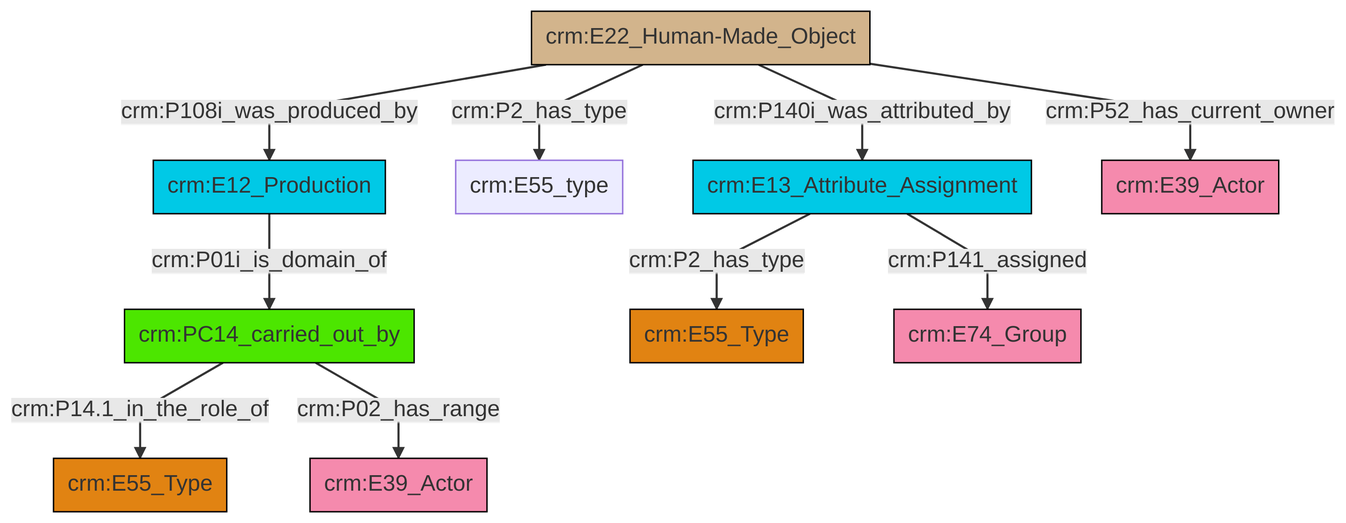
Above: et/builtWorkCSV/ttl/mmd/png/Built_Work_actor_relations.png in swiss-art-research-net/reference-data-models (Mermaid), before the change. Its source is kept beside it as et/builtWorkCSV/ttl/mmd/Built_Work_actor_relations.ttl.mmd.
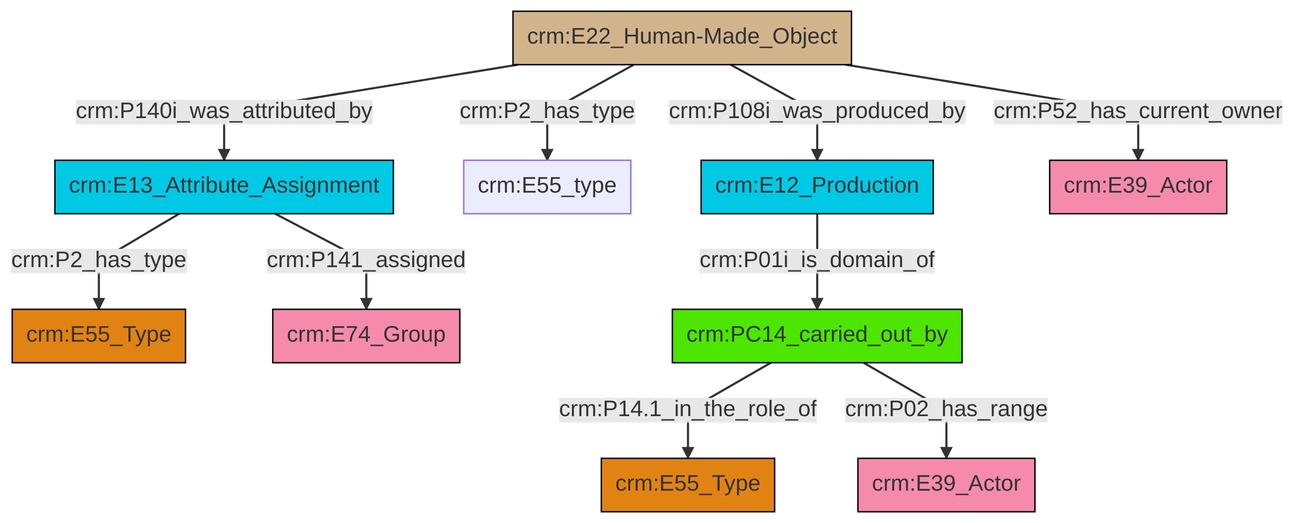
The same file after the commit.

Change to the diagram source:
```diff
@@ -13,12 +13,12 @@
 classDef PC_Classes fill:#4ce600, stroke:#000000;
 classDef Multi fill:#cccccc,stroke:#000000;
 
-0["crm:PC14_carried_out_by"]:::PC_Classes -->|crm:P14.1_in_the_role_of| 1["crm:E55_Type"]:::Type
-2["crm:E13_Attribute_Assignment"]:::Temporal_Entity -->|crm:P2_has_type| 3["crm:E55_Type"]:::Type
-2["crm:E13_Attribute_Assignment"]:::Temporal_Entity -->|crm:P141_assigned| 7["crm:E74_Group"]:::Actor
-8["crm:E22_Human-Made_Object"]:::Physical_Thing -->|crm:P108i_was_produced_by| 9["crm:E12_Production"]:::Temporal_Entity
-8["crm:E22_Human-Made_Object"]:::Physical_Thing -->|crm:P140i_was_attributed_by| 2["crm:E13_Attribute_Assignment"]:::Temporal_Entity
-8["crm:E22_Human-Made_Object"]:::Physical_Thing -->|crm:P52_has_current_owner| 16["crm:E39_Actor"]:::Actor
-8["crm:E22_Human-Made_Object"]:::Physical_Thing -->|crm:P2_has_type| 5["crm:E55_type"]:::Default
-9["crm:E12_Production"]:::Temporal_Entity -->|crm:P01i_is_domain_of| 0["crm:PC14_carried_out_by"]:::PC_Classes
-0["crm:PC14_carried_out_by"]:::PC_Classes -->|crm:P02_has_range| 11["crm:E39_Actor"]:::Actor
+0["crm:E22_Human-Made_Object"]:::Physical_Thing -->|crm:P140i_was_attributed_by| 1["crm:E13_Attribute_Assignment"]:::Temporal_Entity
+1["crm:E13_Attribute_Assignment"]:::Temporal_Entity -->|crm:P141_assigned| 11["crm:E74_Group"]:::Actor
+0["crm:E22_Human-Made_Object"]:::Physical_Thing -->|crm:P108i_was_produced_by| 7["crm:E12_Production"]:::Temporal_Entity
+7["crm:E12_Production"]:::Temporal_Entity -->|crm:P01i_is_domain_of| 13["crm:PC14_carried_out_by"]:::PC_Classes
+0["crm:E22_Human-Made_Object"]:::Physical_Thing -->|crm:P52_has_current_owner| 18["crm:E39_Actor"]:::Actor
+0["crm:E22_Human-Made_Object"]:::Physical_Thing -->|crm:P2_has_type| 3["crm:E55_type"]:::Default
+13["crm:PC14_carried_out_by"]:::PC_Classes -->|crm:P14.1_in_the_role_of| 9["crm:E55_Type"]:::Type
+1["crm:E13_Attribute_Assignment"]:::Temporal_Entity -->|crm:P2_has_type| 5["crm:E55_Type"]:::Type
+13["crm:PC14_carried_out_by"]:::PC_Classes -->|crm:P02_has_range| 14["crm:E39_Actor"]:::Actor
```
